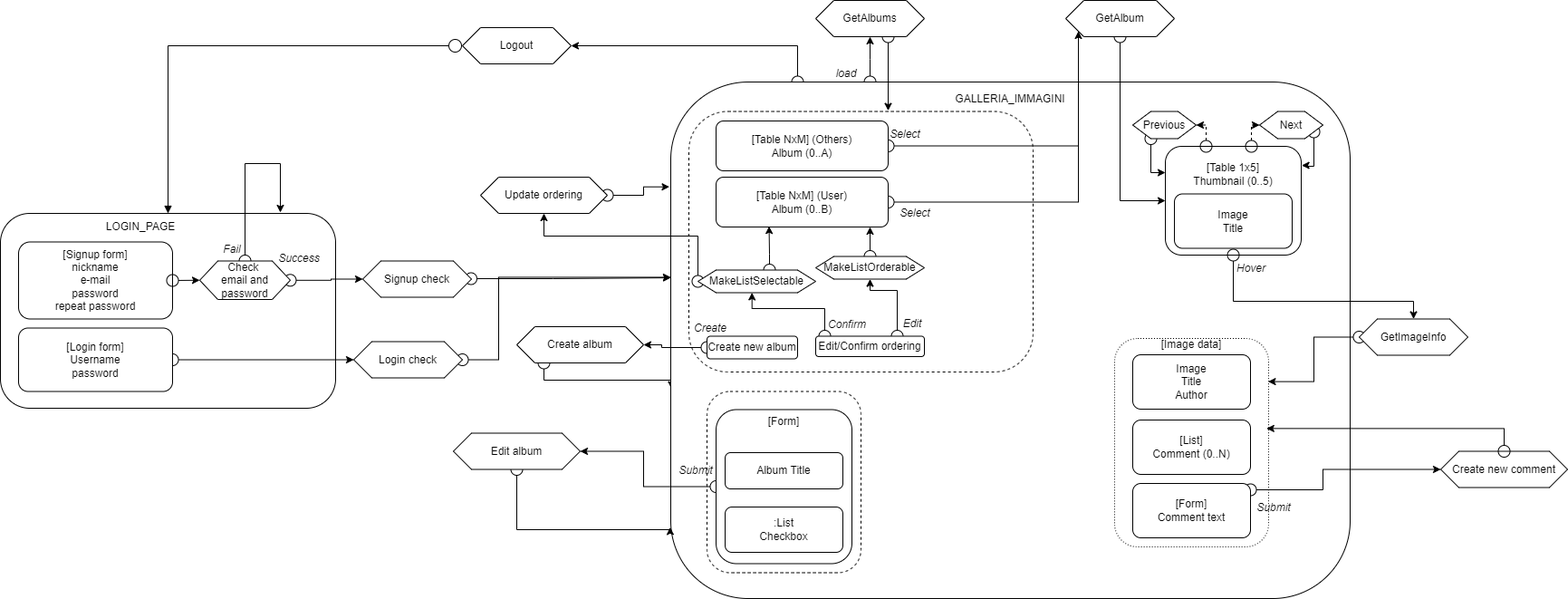
MizuGreg/TIW-Gallery-2022-RIA keeps this draw.io diagram as Design/Diagramma_IFML_TEMPORANEO.png. Above is the earlier version. Source tidied: cells renumbered, new cells last; positions are measured from the earlier drawing's top-left corner, leaving out a move shared by most shapes.
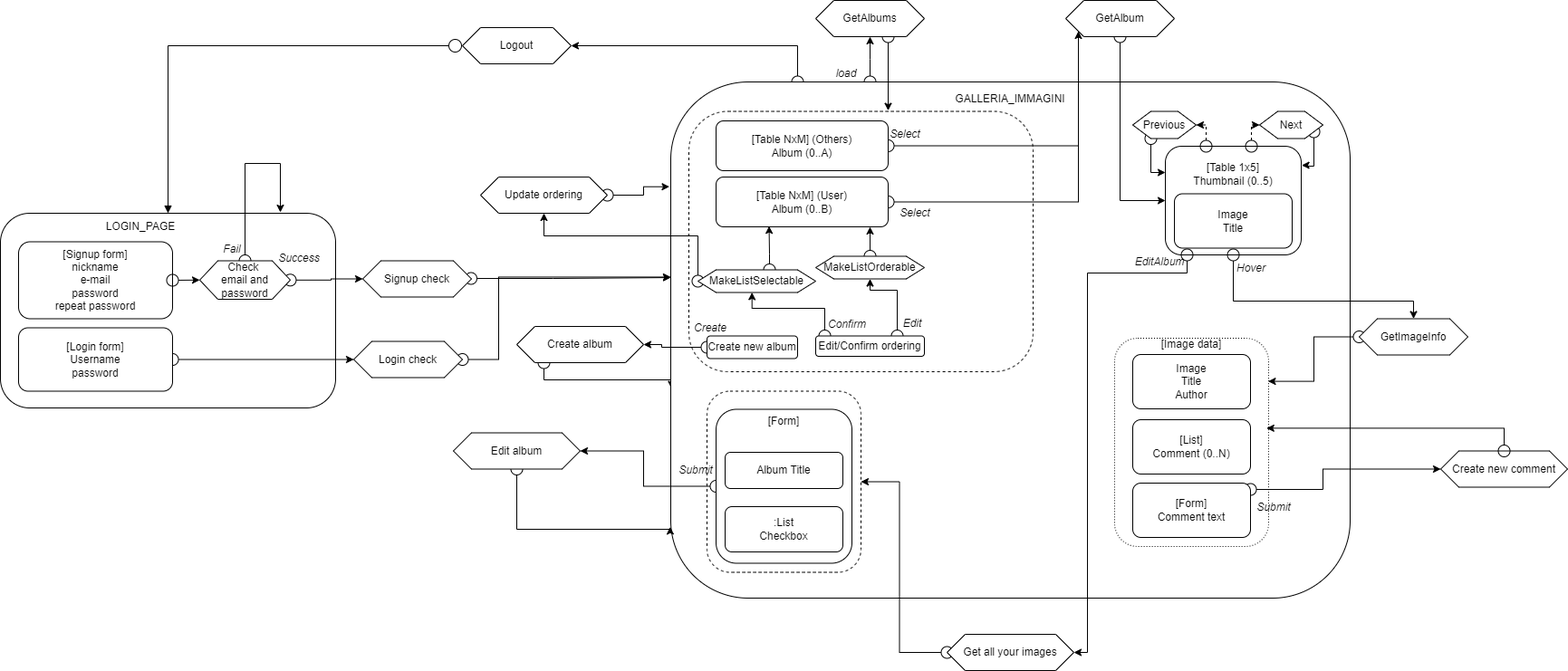
After the change.

The edit, as a diff of the source:
```diff
@@ -101,6 +101,15 @@
         </Array>
       </mxGeometry>
     </mxCell>
+    <mxCell id="79" style="edgeStyle=orthogonalEdgeStyle;rounded=0;jettySize=auto;html=1;startArrow=oval;startFill=0;endSize=6;startSize=13;entryX=1;entryY=0.5;entryDx=0;entryDy=0;" parent="1" edge="1" source="25" target="82">
+      <mxGeometry relative="1" as="geometry">
+        <Array as="points">
+          <mxPoint x="1310" y="301" />
+          <mxPoint x="1200" y="301" />
+          <mxPoint x="1200" y="720" />
+        </Array>
+      </mxGeometry>
+    </mxCell>
     <mxCell id="25" value="[Table 1x5]&lt;br&gt;Thumbnail (0..5)&lt;br&gt;&lt;br&gt;&lt;br&gt;&lt;br&gt;&lt;br&gt;" style="rounded=1;whiteSpace=wrap;html=1;fillColor=none;" parent="1" vertex="1">
       <mxGeometry x="1286" y="161" width="150" height="120" as="geometry" />
     </mxCell>
@@ -345,5 +354,14 @@
         </Array>
       </mxGeometry>
     </mxCell>
+    <mxCell id="80" value="&lt;i&gt;EditAlbum&lt;br&gt;&lt;/i&gt;" style="text;html=1;strokeColor=none;fillColor=none;align=center;verticalAlign=middle;whiteSpace=wrap;rounded=0;" parent="1" vertex="1">
+      <mxGeometry x="1250" y="273.5" width="60" height="30" as="geometry" />
+    </mxCell>
+    <mxCell id="81" style="edgeStyle=orthogonalEdgeStyle;rounded=0;jettySize=auto;html=1;entryX=1;entryY=0.5;entryDx=0;entryDy=0;startArrow=oval;startFill=0;startSize=13;endSize=6;" parent="1" edge="1" source="82" target="42">
+      <mxGeometry relative="1" as="geometry" />
+    </mxCell>
+    <mxCell id="82" value="Get all your images" style="shape=hexagon;perimeter=hexagonPerimeter2;whiteSpace=wrap;html=1;fixedSize=1;strokeColor=default;" parent="1" vertex="1">
+      <mxGeometry x="1045" y="700" width="140" height="40" as="geometry" />
+    </mxCell>
   </root>
 </mxGraphModel>
```
